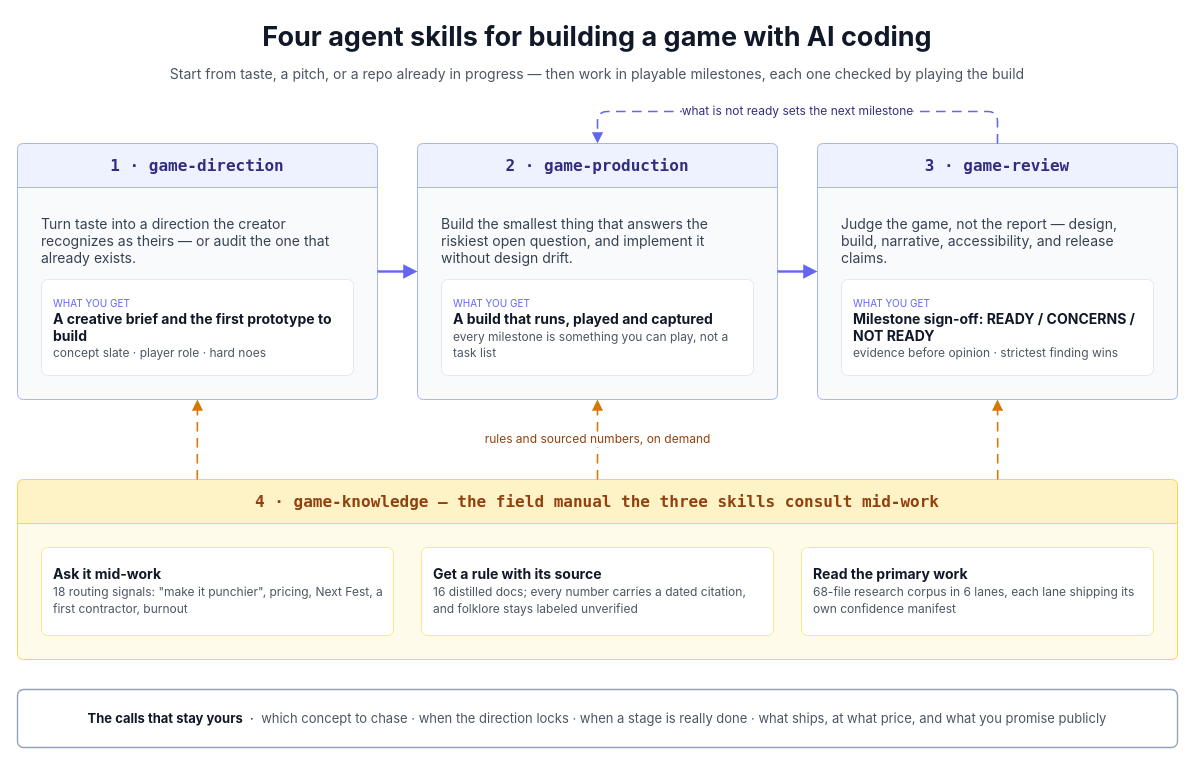
Before: docs/assets/readme-skill-map.drawio in gigio1023/game-studio, a draw.io diagram. Source tidied: cells renumbered, new cells numbered last; positions are measured from the earlier drawing's top-left corner, leaving out a move shared by most shapes. Both pictures are drawn from the tidied source at 100%, with x=0, y=0 at pixel (17, 17).
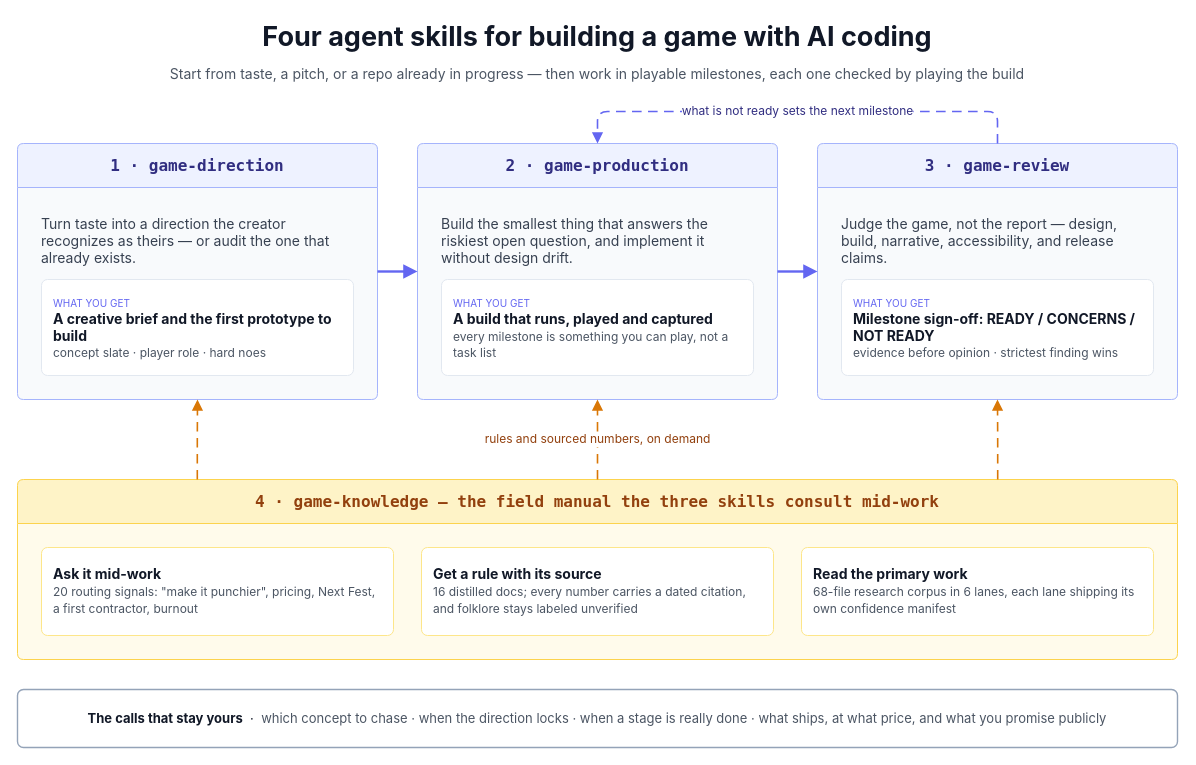
Above is the later version.

The change refers to these unchanged cells:
```xml
<mxCell id="13" value="4 · game-knowledge — the field manual the three skills consult mid-work" style="swimlane;startSize=44;rounded=1;absoluteArcSize=1;arcSize=12;whiteSpace=wrap;fontFamily=SF Mono,Menlo,Consolas,monospace;fontSize=16;fontStyle=1;fontColor=#92400E;fillColor=#FEF3C7;swimlaneFillColor=#FFFBEB;strokeColor=#FCD34D;spacing=10;html=1;" parent="1" vertex="1">
  <mxGeometry y="462" width="1160" height="180" as="geometry" />
</mxCell>
```

Diff of the diagram source:
```diff
@@
-    <mxCell id="14" value="&lt;b&gt;Ask it mid-work&lt;/b&gt;&lt;br&gt;&lt;font style=&quot;font-size:12px;color:#4B5563;&quot;&gt;18 routing signals: &quot;make it punchier&quot;, pricing, Next Fest, a first contractor, burnout&lt;/font&gt;" style="rounded=1;absoluteArcSize=1;arcSize=12;whiteSpace=wrap;fontFamily=Inter,SF Pro Display,-apple-system,system-ui,Segoe UI,Roboto;spacing=12;fillColor=#FFFFFF;strokeColor=#FDE68A;fontColor=#111827;fontSize=14;align=left;verticalAlign=middle;html=1;" parent="13" vertex="1">
+    <mxCell id="14" value="&lt;b&gt;Ask it mid-work&lt;/b&gt;&lt;br&gt;&lt;font style=&quot;font-size:12px;color:#4B5563;&quot;&gt;20 routing signals: &quot;make it punchier&quot;, pricing, Next Fest, a first contractor, burnout&lt;/font&gt;" style="rounded=1;absoluteArcSize=1;arcSize=12;whiteSpace=wrap;fontFamily=Inter,SF Pro Display,-apple-system,system-ui,Segoe UI,Roboto;spacing=12;fillColor=#FFFFFF;strokeColor=#FDE68A;fontColor=#111827;fontSize=14;align=left;verticalAlign=middle;html=1;" parent="13" vertex="1">
       <mxGeometry x="24" y="68" width="352" height="88" as="geometry" />
     </mxCell>
```
